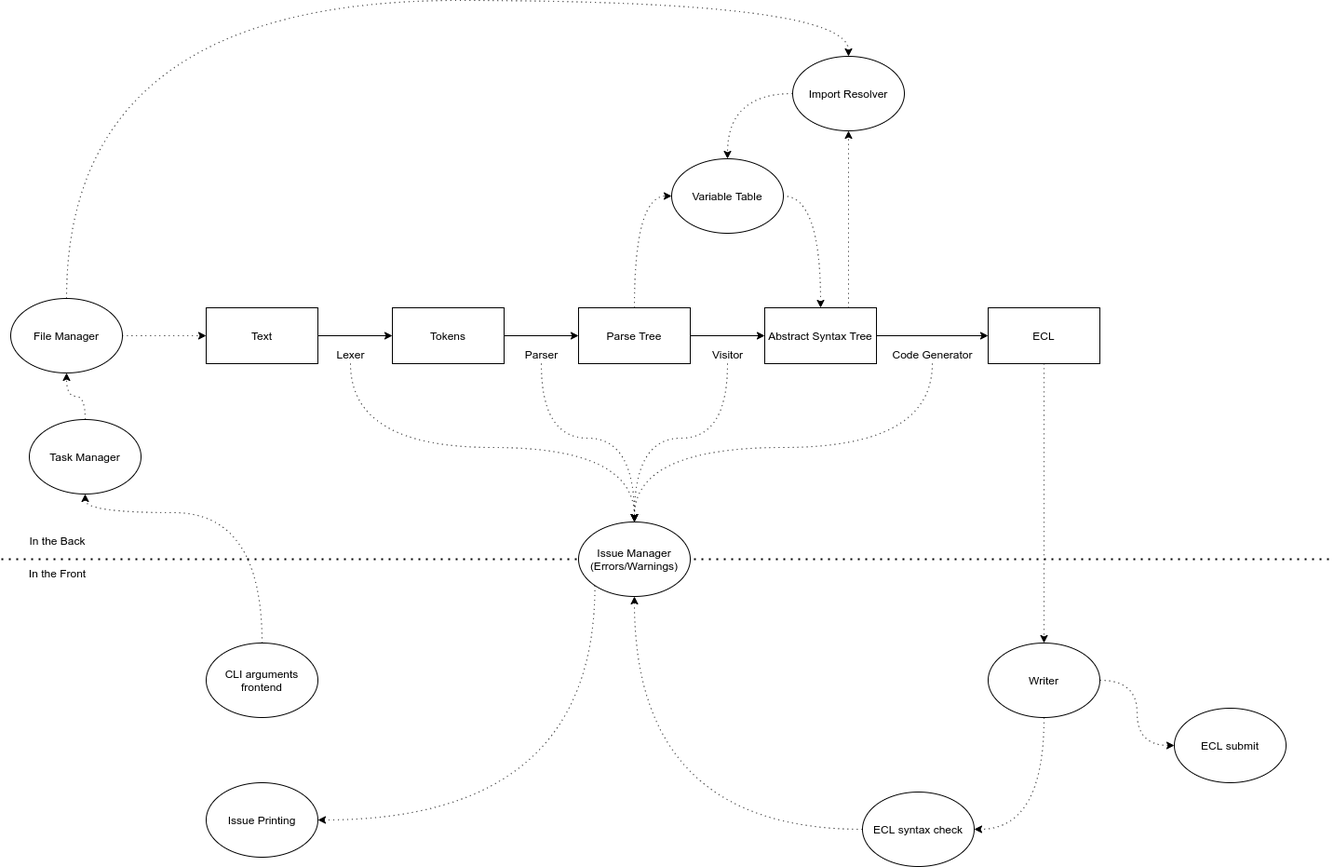
Earlier version of the draw.io export hsqlt/notes/structure.drawio.png (calbrch01/HSQL). Source tidied: cells renumbered, new cells last; positions are measured from the earlier drawing's top-left corner, leaving out a move shared by most shapes.
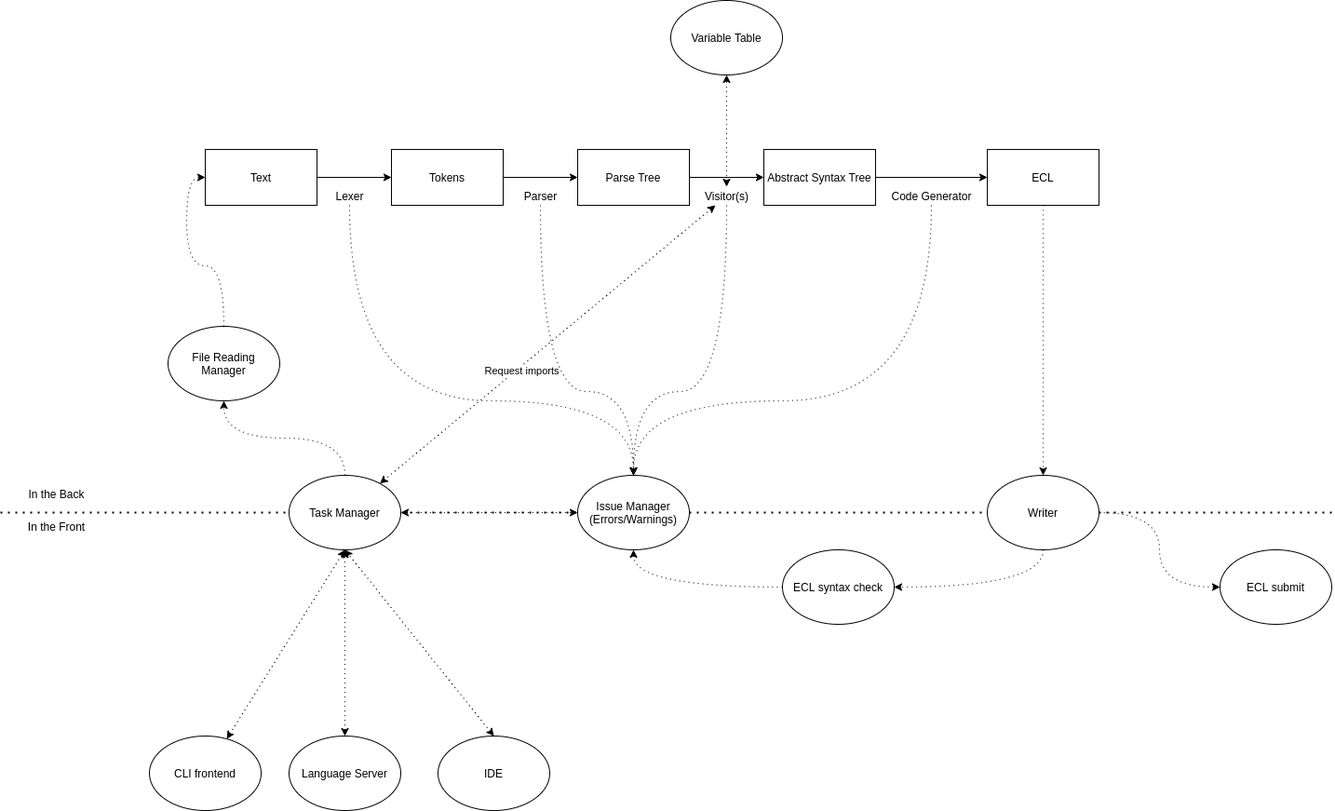
After the change.

Commit message:
[docs] update structure diagram

What changed in the source:
```diff
@@ -2,9 +2,8 @@
   <root>
     <mxCell id="0" />
     <mxCell id="1" parent="0" />
-    <mxCell id="2" style="endArrow=none;dashed=1;html=1;dashPattern=1 3;strokeWidth=2;" parent="1" edge="1">
+    <mxCell id="2" style="endArrow=none;dashed=1;html=1;dashPattern=1 3;strokeWidth=2;" parent="1" edge="1" source="39">
       <mxGeometry relative="1" as="geometry">
-        <mxPoint y="600" as="sourcePoint" />
         <mxPoint x="1430" y="600" as="targetPoint" />
       </mxGeometry>
     </mxCell>
@@ -12,60 +11,35 @@
       <mxGeometry relative="1" as="geometry" />
     </mxCell>
     <mxCell id="4" value="Text" style="rounded=0;whiteSpace=wrap;html=1;" parent="1" vertex="1">
-      <mxGeometry x="220" y="330" width="120" height="60" as="geometry" />
+      <mxGeometry x="220" y="210" width="120" height="60" as="geometry" />
     </mxCell>
     <mxCell id="5" style="edgeStyle=orthogonalEdgeStyle;rounded=0;jettySize=auto;html=1;" parent="1" edge="1" source="6" target="9">
       <mxGeometry relative="1" as="geometry" />
     </mxCell>
     <mxCell id="6" value="Tokens" style="rounded=0;whiteSpace=wrap;html=1;" parent="1" vertex="1">
-      <mxGeometry x="420" y="330" width="120" height="60" as="geometry" />
+      <mxGeometry x="420" y="210" width="120" height="60" as="geometry" />
     </mxCell>
     <mxCell id="7" style="edgeStyle=orthogonalEdgeStyle;rounded=0;jettySize=auto;html=1;" parent="1" edge="1" source="9" target="12">
       <mxGeometry relative="1" as="geometry" />
     </mxCell>
-    <mxCell id="8" style="edgeStyle=orthogonalEdgeStyle;rounded=0;jettySize=auto;html=1;elbow=vertical;curved=1;entryX=0;entryY=0.5;entryDx=0;entryDy=0;dashed=1;dashPattern=1 4;" parent="1" edge="1" source="9" target="16">
-      <mxGeometry relative="1" as="geometry" />
-    </mxCell>
     <mxCell id="9" value="Parse Tree" style="rounded=0;whiteSpace=wrap;html=1;" parent="1" vertex="1">
-      <mxGeometry x="620" y="330" width="120" height="60" as="geometry" />
+      <mxGeometry x="620" y="210" width="120" height="60" as="geometry" />
     </mxCell>
     <mxCell id="10" style="edgeStyle=orthogonalEdgeStyle;rounded=0;jettySize=auto;html=1;" parent="1" edge="1" source="12" target="14">
       <mxGeometry relative="1" as="geometry" />
     </mxCell>
-    <mxCell id="11" style="edgeStyle=orthogonalEdgeStyle;curved=1;rounded=0;jettySize=auto;html=1;exitX=0.75;exitY=0;exitDx=0;exitDy=0;entryX=0.5;entryY=1;entryDx=0;entryDy=0;dashed=1;dashPattern=1 4;" parent="1" edge="1" source="12" target="18">
-      <mxGeometry relative="1" as="geometry" />
-    </mxCell>
     <mxCell id="12" value="Abstract Syntax Tree" style="rounded=0;whiteSpace=wrap;html=1;" parent="1" vertex="1">
-      <mxGeometry x="820" y="330" width="120" height="60" as="geometry" />
+      <mxGeometry x="820" y="210" width="120" height="60" as="geometry" />
     </mxCell>
     <mxCell id="13" style="edgeStyle=orthogonalEdgeStyle;curved=1;rounded=0;jettySize=auto;html=1;dashed=1;dashPattern=1 4;" parent="1" edge="1" source="14" target="39">
       <mxGeometry relative="1" as="geometry" />
     </mxCell>
     <mxCell id="14" value="ECL" style="rounded=0;whiteSpace=wrap;html=1;" parent="1" vertex="1">
-      <mxGeometry x="1060" y="330" width="120" height="60" as="geometry" />
+      <mxGeometry x="1060" y="210" width="120" height="60" as="geometry" />
     </mxCell>
-    <mxCell id="15" style="edgeStyle=orthogonalEdgeStyle;curved=1;rounded=0;jettySize=auto;html=1;exitX=0.5;exitY=0;exitDx=0;exitDy=0;entryX=1;entryY=0.5;entryDx=0;entryDy=0;dashed=1;dashPattern=1 4;startArrow=classic;startFill=1;endArrow=none;endFill=0;" parent="1" edge="1" source="12" target="16">
-      <mxGeometry relative="1" as="geometry" />
-    </mxCell>
     <mxCell id="16" value="Variable Table" style="ellipse;whiteSpace=wrap;html=1;rounded=0;" parent="1" vertex="1">
-      <mxGeometry x="720" y="170" width="120" height="80" as="geometry" />
+      <mxGeometry x="720" y="50" width="120" height="80" as="geometry" />
     </mxCell>
-    <mxCell id="17" style="edgeStyle=orthogonalEdgeStyle;curved=1;rounded=0;jettySize=auto;html=1;exitX=0;exitY=0.5;exitDx=0;exitDy=0;entryX=0.5;entryY=0;entryDx=0;entryDy=0;dashed=1;dashPattern=1 4;" parent="1" edge="1" source="18" target="16">
-      <mxGeometry relative="1" as="geometry" />
-    </mxCell>
-    <mxCell id="18" value="Import Resolver" style="ellipse;whiteSpace=wrap;html=1;" parent="1" vertex="1">
-      <mxGeometry x="850" y="60" width="120" height="80" as="geometry" />
-    </mxCell>
-    <mxCell id="19" style="edgeStyle=orthogonalEdgeStyle;curved=1;rounded=0;jettySize=auto;html=1;exitX=0;exitY=1;exitDx=0;exitDy=0;entryX=1;entryY=0.5;entryDx=0;entryDy=0;dashed=1;dashPattern=1 4;" parent="1" edge="1" source="20" target="36">
-      <mxGeometry relative="1" as="geometry">
-        <Array as="points">
-          <mxPoint x="638" y="880" />
-        </Array>
-      </mxGeometry>
-    </mxCell>
-    <mxCell id="20" value="Issue Manager&lt;br&gt;(Errors/Warnings)" style="ellipse;whiteSpace=wrap;html=1;" parent="1" vertex="1">
-      <mxGeometry x="620" y="560" width="120" height="80" as="geometry" />
-    </mxCell>
     <mxCell id="21" style="edgeStyle=orthogonalEdgeStyle;curved=1;rounded=0;jettySize=auto;html=1;dashed=1;dashPattern=1 4;startArrow=none;startFill=0;entryX=0.5;entryY=0;entryDx=0;entryDy=0;" parent="1" edge="1" source="22" target="20">
       <mxGeometry relative="1" as="geometry">
         <Array as="points">
@@ -75,16 +49,27 @@
       </mxGeometry>
     </mxCell>
     <mxCell id="22" value="Lexer" style="text;html=1;align=center;verticalAlign=middle;points=[];" parent="1" vertex="1">
-      <mxGeometry x="350" y="370" width="50" height="20" as="geometry" />
+      <mxGeometry x="350" y="250" width="50" height="20" as="geometry" />
     </mxCell>
     <mxCell id="23" value="Parser" style="text;html=1;align=center;verticalAlign=middle;points=[];" parent="1" vertex="1">
-      <mxGeometry x="555" y="370" width="50" height="20" as="geometry" />
+      <mxGeometry x="555" y="250" width="50" height="20" as="geometry" />
     </mxCell>
+    <mxCell id="45" style="edgeStyle=orthogonalEdgeStyle;rounded=0;jettySize=auto;html=1;entryX=0.5;entryY=1;entryDx=0;entryDy=0;startArrow=classic;startFill=1;dashed=1;dashPattern=1 4;" parent="1" edge="1" source="24" target="16">
+      <mxGeometry relative="1" as="geometry" />
+    </mxCell>
+    <mxCell id="46" style="rounded=0;jettySize=auto;html=1;dashed=1;dashPattern=1 4;startArrow=classic;startFill=1;" parent="1" edge="1" source="24" target="43">
+      <mxGeometry relative="1" as="geometry" />
+    </mxCell>
+    <mxCell id="47" value="Request imports" style="edgeLabel;html=1;align=center;verticalAlign=middle;" parent="46" vertex="1">
+      <mxGeometry x="0.18" y="4" relative="1" as="geometry">
+        <mxPoint y="-1" as="offset" />
+      </mxGeometry>
+    </mxCell>
-    <mxCell id="24" value="Visitor" style="text;html=1;align=center;verticalAlign=middle;points=[];" parent="1" vertex="1">
-      <mxGeometry x="755" y="370" width="50" height="20" as="geometry" />
+    <mxCell id="24" value="Visitor(s)" style="text;html=1;align=center;verticalAlign=middle;points=[];" parent="1" vertex="1">
+      <mxGeometry x="750" y="250" width="60" height="20" as="geometry" />
     </mxCell>
     <mxCell id="25" value="Code Generator" style="text;html=1;align=center;verticalAlign=middle;points=[];" parent="1" vertex="1">
-      <mxGeometry x="950" y="370" width="100" height="20" as="geometry" />
+      <mxGeometry x="950" y="250" width="100" height="20" as="geometry" />
     </mxCell>
     <mxCell id="26" style="edgeStyle=orthogonalEdgeStyle;curved=1;rounded=0;jettySize=auto;html=1;dashed=1;dashPattern=1 4;startArrow=none;startFill=0;entryX=0.5;entryY=0;entryDx=0;entryDy=0;" parent="1" edge="1" source="23" target="20">
       <mxGeometry relative="1" as="geometry">
@@ -119,54 +104,64 @@
     <mxCell id="31" style="edgeStyle=orthogonalEdgeStyle;curved=1;rounded=0;jettySize=auto;html=1;exitX=0.5;exitY=0;exitDx=0;exitDy=0;entryX=0.5;entryY=1;entryDx=0;entryDy=0;dashed=1;dashPattern=1 4;" parent="1" edge="1" source="43" target="35">
       <mxGeometry relative="1" as="geometry" />
     </mxCell>
+    <mxCell id="44" style="rounded=0;jettySize=auto;html=1;entryX=0.5;entryY=1;entryDx=0;entryDy=0;dashed=1;dashPattern=1 4;startArrow=classic;startFill=1;" parent="1" edge="1" source="32" target="43">
+      <mxGeometry relative="1" as="geometry" />
+    </mxCell>
-    <mxCell id="32" value="CLI arguments frontend" style="ellipse;whiteSpace=wrap;html=1;" parent="1" vertex="1">
-      <mxGeometry x="220" y="690" width="120" height="80" as="geometry" />
+    <mxCell id="32" value="CLI frontend" style="ellipse;whiteSpace=wrap;html=1;" parent="1" vertex="1">
+      <mxGeometry x="160" y="840" width="120" height="80" as="geometry" />
     </mxCell>
-    <mxCell id="33" style="edgeStyle=orthogonalEdgeStyle;rounded=0;jettySize=auto;html=1;exitX=0.5;exitY=0;exitDx=0;exitDy=0;entryX=0.5;entryY=0;entryDx=0;entryDy=0;curved=1;dashed=1;dashPattern=1 4;" parent="1" edge="1" source="35" target="18">
-      <mxGeometry relative="1" as="geometry">
-        <Array as="points">
-          <mxPoint x="70" />
-          <mxPoint x="910" />
-        </Array>
-      </mxGeometry>
-    </mxCell>
-    <mxCell id="34" style="edgeStyle=orthogonalEdgeStyle;curved=1;rounded=0;jettySize=auto;html=1;exitX=1;exitY=0.5;exitDx=0;exitDy=0;entryX=0;entryY=0.5;entryDx=0;entryDy=0;dashed=1;dashPattern=1 4;" parent="1" edge="1" source="35" target="4">
+    <mxCell id="34" style="edgeStyle=orthogonalEdgeStyle;curved=1;rounded=0;jettySize=auto;html=1;exitX=0.5;exitY=0;exitDx=0;exitDy=0;entryX=0;entryY=0.5;entryDx=0;entryDy=0;dashed=1;dashPattern=1 4;" parent="1" edge="1" source="35" target="4">
       <mxGeometry relative="1" as="geometry" />
     </mxCell>
-    <mxCell id="35" value="File Manager" style="ellipse;whiteSpace=wrap;html=1;" parent="1" vertex="1">
-      <mxGeometry x="10" y="320" width="120" height="80" as="geometry" />
+    <mxCell id="35" value="File Reading Manager" style="ellipse;whiteSpace=wrap;html=1;" parent="1" vertex="1">
+      <mxGeometry x="180" y="400" width="120" height="80" as="geometry" />
     </mxCell>
-    <mxCell id="36" value="Issue Printing" style="ellipse;whiteSpace=wrap;html=1;" parent="1" vertex="1">
-      <mxGeometry x="220" y="840" width="120" height="80" as="geometry" />
-    </mxCell>
     <mxCell id="37" style="edgeStyle=orthogonalEdgeStyle;curved=1;rounded=0;jettySize=auto;html=1;exitX=0.5;exitY=1;exitDx=0;exitDy=0;entryX=1;entryY=0.5;entryDx=0;entryDy=0;dashed=1;dashPattern=1 4;" parent="1" edge="1" source="39" target="41">
       <mxGeometry relative="1" as="geometry" />
     </mxCell>
     <mxCell id="38" style="edgeStyle=orthogonalEdgeStyle;curved=1;rounded=0;jettySize=auto;html=1;exitX=1;exitY=0.5;exitDx=0;exitDy=0;entryX=0;entryY=0.5;entryDx=0;entryDy=0;dashed=1;dashPattern=1 4;" parent="1" edge="1" source="39" target="42">
       <mxGeometry relative="1" as="geometry" />
     </mxCell>
-    <mxCell id="39" value="Writer" style="ellipse;whiteSpace=wrap;html=1;rounded=0;" parent="1" vertex="1">
-      <mxGeometry x="1060" y="690" width="120" height="80" as="geometry" />
-    </mxCell>
     <mxCell id="40" style="edgeStyle=orthogonalEdgeStyle;curved=1;rounded=0;jettySize=auto;html=1;exitX=0;exitY=0.5;exitDx=0;exitDy=0;entryX=0.5;entryY=1;entryDx=0;entryDy=0;dashed=1;dashPattern=1 4;" parent="1" edge="1" source="41" target="20">
       <mxGeometry relative="1" as="geometry" />
     </mxCell>
     <mxCell id="41" value="ECL syntax check" style="ellipse;whiteSpace=wrap;html=1;" parent="1" vertex="1">
-      <mxGeometry x="925" y="850" width="120" height="80" as="geometry" />
+      <mxGeometry x="840" y="640" width="120" height="80" as="geometry" />
     </mxCell>
     <mxCell id="42" value="ECL submit" style="ellipse;whiteSpace=wrap;html=1;" parent="1" vertex="1">
-      <mxGeometry x="1260" y="760" width="120" height="80" as="geometry" />
+      <mxGeometry x="1310" y="640" width="120" height="80" as="geometry" />
     </mxCell>
+    <mxCell id="48" style="edgeStyle=orthogonalEdgeStyle;rounded=0;jettySize=auto;html=1;exitX=1;exitY=0.5;exitDx=0;exitDy=0;entryX=0;entryY=0.5;entryDx=0;entryDy=0;startArrow=classic;startFill=1;dashed=1;dashPattern=1 4;" parent="1" edge="1" source="43" target="20">
+      <mxGeometry relative="1" as="geometry" />
+    </mxCell>
+    <mxCell id="20" value="Issue Manager&lt;br&gt;(Errors/Warnings)" style="ellipse;whiteSpace=wrap;html=1;" parent="1" vertex="1">
+      <mxGeometry x="620" y="560" width="120" height="80" as="geometry" />
+    </mxCell>
+    <mxCell id="49" style="endArrow=none;dashed=1;html=1;dashPattern=1 3;strokeWidth=2;" parent="1" edge="1" target="20">
+      <mxGeometry relative="1" as="geometry">
+        <mxPoint y="600" as="sourcePoint" />
+      </mxGeometry>
+    </mxCell>
     <mxCell id="43" value="Task Manager" style="ellipse;whiteSpace=wrap;html=1;" parent="1" vertex="1">
-      <mxGeometry x="30" y="450" width="120" height="80" as="geometry" />
+      <mxGeometry x="310" y="560" width="120" height="80" as="geometry" />
     </mxCell>
-    <mxCell id="44" style="edgeStyle=orthogonalEdgeStyle;curved=1;rounded=0;jettySize=auto;html=1;exitX=0.5;exitY=0;exitDx=0;exitDy=0;entryX=0.5;entryY=1;entryDx=0;entryDy=0;dashed=1;dashPattern=1 4;" parent="1" edge="1" source="32" target="43">
-      <mxGeometry relative="1" as="geometry">
-        <Array as="points">
-          <mxPoint x="280" y="550" />
-          <mxPoint x="90" y="550" />
-        </Array>
-      </mxGeometry>
-    </mxCell>
+    <mxCell id="50" style="edgeStyle=none;rounded=0;jettySize=auto;html=1;exitX=0.5;exitY=0;exitDx=0;exitDy=0;entryX=0.5;entryY=1;entryDx=0;entryDy=0;dashed=1;dashPattern=1 4;startArrow=classic;startFill=1;" parent="1" edge="1" source="51" target="43">
+      <mxGeometry relative="1" as="geometry" />
+    </mxCell>
+    <mxCell id="51" value="Language Server" style="ellipse;whiteSpace=wrap;html=1;" parent="1" vertex="1">
+      <mxGeometry x="310" y="840" width="120" height="80" as="geometry" />
+    </mxCell>
+    <mxCell id="52" style="edgeStyle=none;rounded=0;jettySize=auto;html=1;exitX=0.5;exitY=0;exitDx=0;exitDy=0;entryX=0.5;entryY=1;entryDx=0;entryDy=0;dashed=1;dashPattern=1 4;startArrow=classic;startFill=1;" parent="1" edge="1" source="53" target="43">
+      <mxGeometry relative="1" as="geometry" />
+    </mxCell>
+    <mxCell id="53" value="IDE" style="ellipse;whiteSpace=wrap;html=1;" parent="1" vertex="1">
+      <mxGeometry x="470" y="840" width="120" height="80" as="geometry" />
+    </mxCell>
+    <mxCell id="39" value="Writer" style="ellipse;whiteSpace=wrap;html=1;rounded=0;" parent="1" vertex="1">
+      <mxGeometry x="1060" y="560" width="120" height="80" as="geometry" />
+    </mxCell>
+    <mxCell id="54" style="endArrow=none;dashed=1;html=1;dashPattern=1 3;strokeWidth=2;" parent="1" edge="1" source="20" target="39">
+      <mxGeometry relative="1" as="geometry" />
+    </mxCell>
   </root>
 </mxGraphModel>
```
